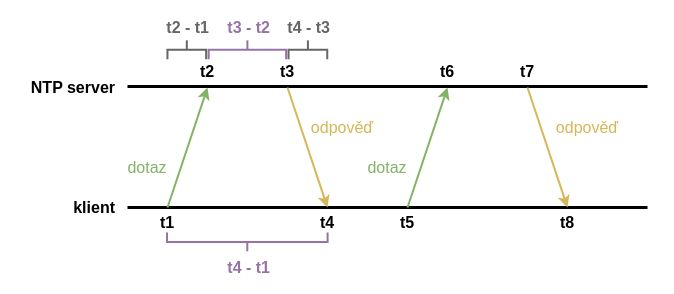
Earlier version of the draw.io diagram diagrams/network_time_protocol/network_time_protocol.drawio (Doly02/thesis). Source tidied: cells renumbered, new cells numbered last; positions are measured from the earlier drawing's top-left corner, leaving out a move shared by most shapes. Both pictures are drawn from the tidied source at 100%, with x=0, y=0 at pixel (17, 11).
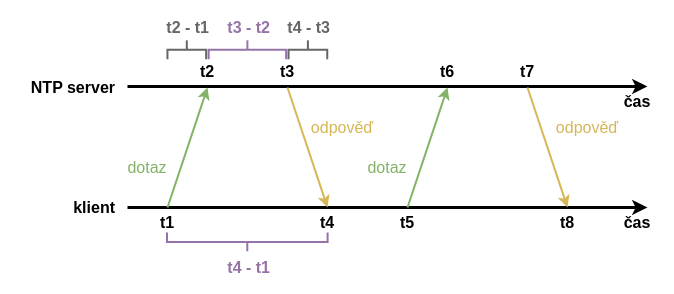
After the change.

Diff of the diagram source:
```diff
@@
-    <mxCell id="2" style="endArrow=none;html=1;rounded=0;strokeWidth=3;" parent="1" edge="1">
+    <mxCell id="2" style="endArrow=classic;html=1;rounded=0;strokeWidth=3;endFill=1;" parent="1" edge="1">
       <mxGeometry relative="1" as="geometry">
         <mxPoint x="110" y="75" as="sourcePoint" />
         <mxPoint x="630" y="75" as="targetPoint" />
       </mxGeometry>
     </mxCell>
-    <mxCell id="3" style="endArrow=none;html=1;rounded=0;strokeWidth=3;" parent="1" edge="1">
+    <mxCell id="3" style="endArrow=classic;html=1;rounded=0;strokeWidth=3;endFill=1;" parent="1" edge="1">
       <mxGeometry relative="1" as="geometry">
         <mxPoint x="110" y="196" as="sourcePoint" />
         <mxPoint x="630" y="196" as="targetPoint" />
       </mxGeometry>
     </mxCell>
@@
+    <mxCell id="30" value="&lt;font style=&quot;font-size: 16px;&quot;&gt;&lt;b&gt;čas&lt;/b&gt;&lt;/font&gt;" style="text;html=1;align=center;verticalAlign=middle;whiteSpace=wrap;rounded=0;" parent="1" vertex="1">
+      <mxGeometry x="600" y="196" width="40" height="30" as="geometry" />
+    </mxCell>
+    <mxCell id="31" value="&lt;font style=&quot;font-size: 16px;&quot;&gt;&lt;b&gt;čas&lt;/b&gt;&lt;/font&gt;" style="text;html=1;align=center;verticalAlign=middle;whiteSpace=wrap;rounded=0;" parent="1" vertex="1">
+      <mxGeometry x="600" y="75.4" width="40" height="30" as="geometry" />
+    </mxCell>
```
